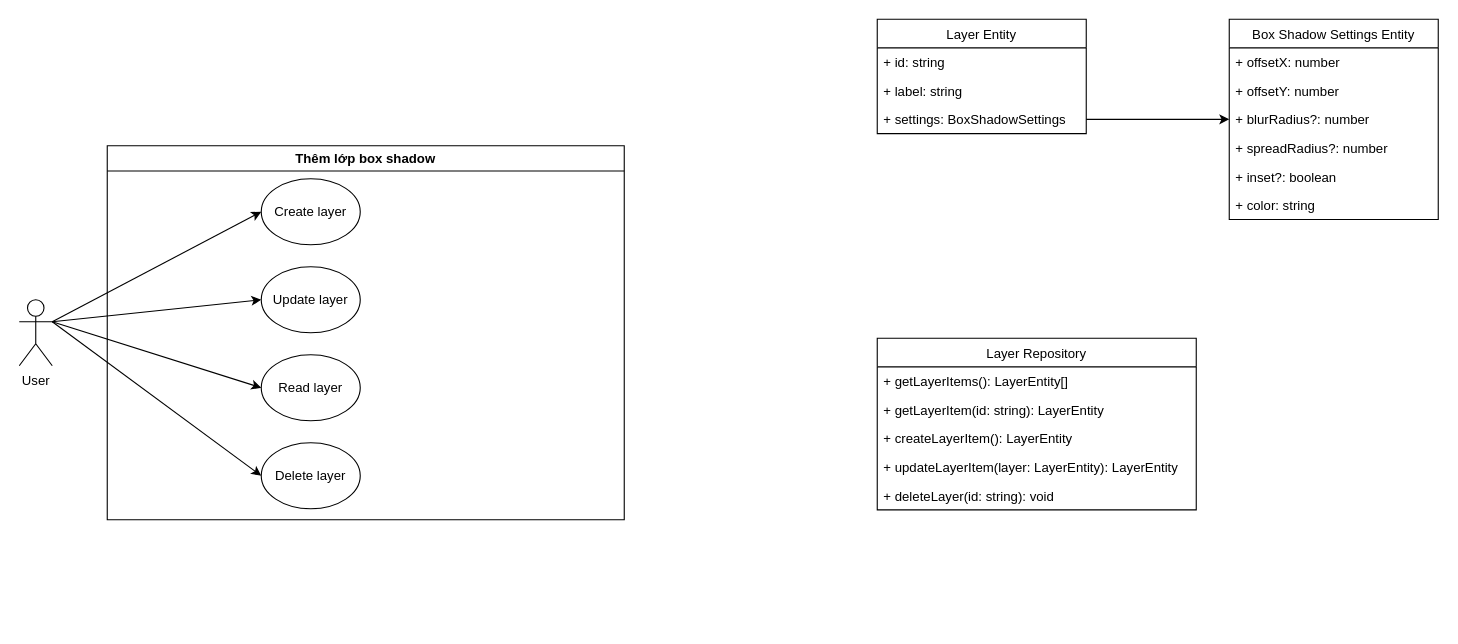
Above: layer.drawio in mioriaty/clean-architect (draw.io), before the change. Source tidied: cells renumbered, new cells numbered last; positions are measured from the earlier drawing's top-left corner, leaving out a move shared by most shapes. Both pictures are drawn from the tidied source at 110%, with x=0, y=0 at pixel (19, 19).
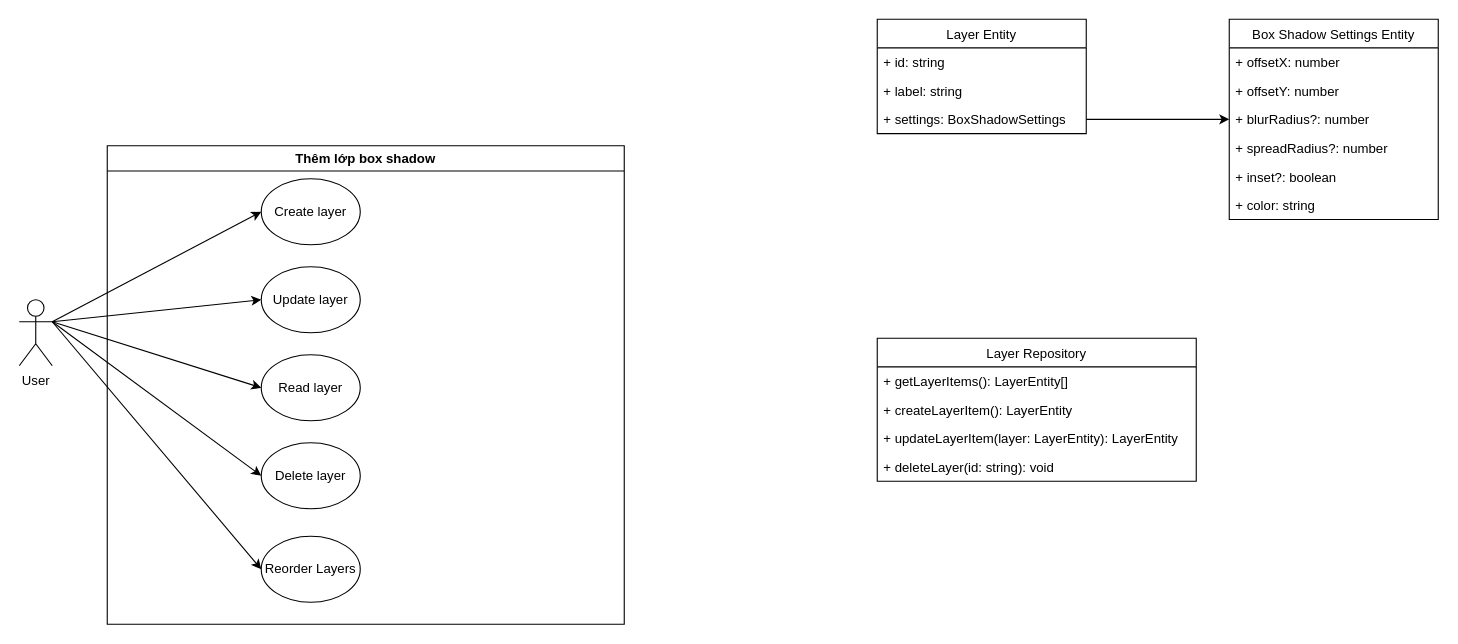
Above is the later version.

Unchanged cells that the change refers to:
```xml
<mxCell id="6" value="User" style="shape=umlActor;verticalLabelPosition=bottom;verticalAlign=top;html=1;outlineConnect=0;" parent="1" vertex="1">
  <mxGeometry y="255" width="30" height="60" as="geometry" />
</mxCell>
```

The edit, as a diff of the source:
```diff
@@
+    <mxCell id="30" style="edgeStyle=none;html=1;exitX=1;exitY=0.3333333333333333;exitDx=0;exitDy=0;exitPerimeter=0;entryX=0;entryY=0.5;entryDx=0;entryDy=0;" parent="1" edge="1" source="6" target="31">
+      <mxGeometry relative="1" as="geometry" />
+    </mxCell>
@@
     <mxCell id="7" value="Thêm lớp box shadow" style="swimlane;whiteSpace=wrap;html=1;" parent="1" vertex="1">
-      <mxGeometry x="80" y="115" width="470" height="340" as="geometry" />
+      <mxGeometry x="80" y="115" width="470" height="435" as="geometry" />
     </mxCell>
@@
+    <mxCell id="31" value="Reorder Layers" style="ellipse;whiteSpace=wrap;html=1;" parent="7" vertex="1">
+      <mxGeometry x="140" y="355" width="90" height="60" as="geometry" />
+    </mxCell>
@@
     <mxCell id="23" value="Layer Repository" style="swimlane;fontStyle=0;horizontal=1;startSize=26;fillColor=none;" parent="1" vertex="1">
-      <mxGeometry x="780" y="290" width="290" height="156" as="geometry" />
+      <mxGeometry x="780" y="290" width="290" height="130" as="geometry" />
     </mxCell>
@@
-    <mxCell id="25" value="+ getLayerItem(id: string): LayerEntity&#10;" style="text;strokeColor=none;fillColor=none;align=left;verticalAlign=top;spacingLeft=4;spacingRight=4;overflow=hidden;" parent="23" vertex="1">
-      <mxGeometry y="52" width="290" height="26" as="geometry" />
-    </mxCell>
     <mxCell id="26" value="+ createLayerItem(): LayerEntity" style="text;strokeColor=none;fillColor=none;align=left;verticalAlign=top;spacingLeft=4;spacingRight=4;overflow=hidden;" parent="23" vertex="1">
-      <mxGeometry y="78" width="290" height="26" as="geometry" />
+      <mxGeometry y="52" width="290" height="26" as="geometry" />
     </mxCell>
     <mxCell id="27" value="+ updateLayerItem(layer: LayerEntity): LayerEntity" style="text;strokeColor=none;fillColor=none;align=left;verticalAlign=top;spacingLeft=4;spacingRight=4;overflow=hidden;" parent="23" vertex="1">
-      <mxGeometry y="104" width="290" height="26" as="geometry" />
+      <mxGeometry y="78" width="290" height="26" as="geometry" />
     </mxCell>
     <mxCell id="28" value="+ deleteLayer(id: string): void" style="text;strokeColor=none;fillColor=none;align=left;verticalAlign=top;spacingLeft=4;spacingRight=4;overflow=hidden;" parent="23" vertex="1">
-      <mxGeometry y="130" width="290" height="26" as="geometry" />
+      <mxGeometry y="104" width="290" height="26" as="geometry" />
     </mxCell>
```
